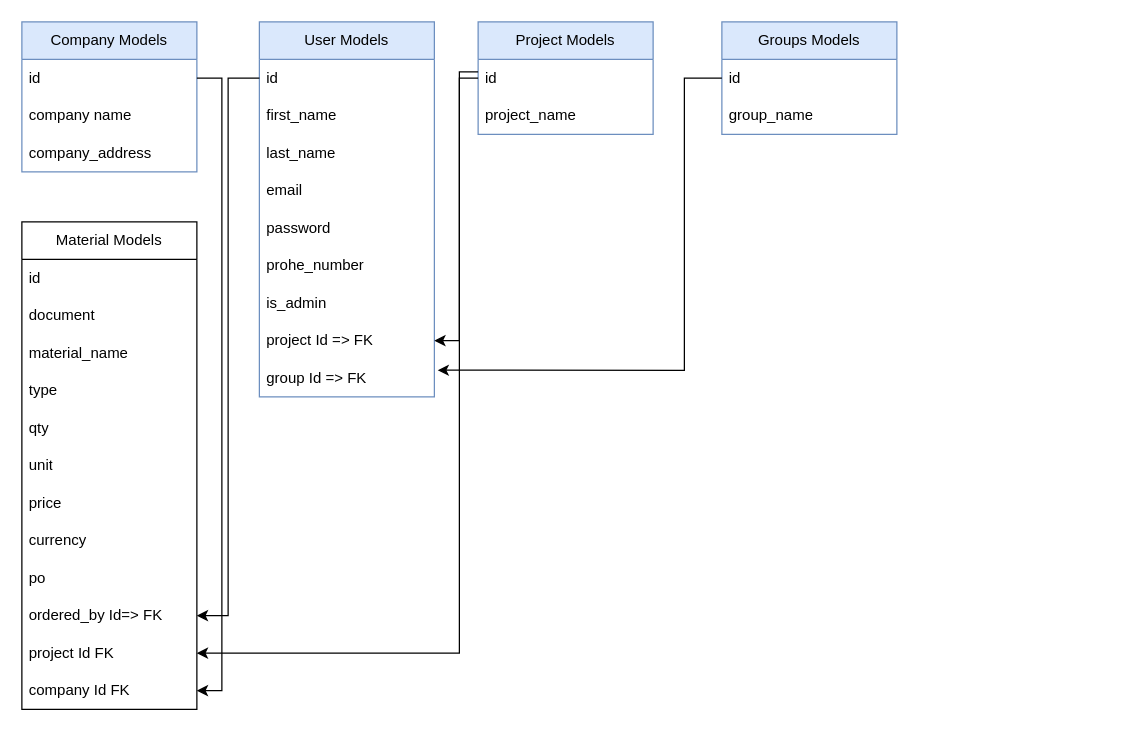
Above: DatabaseDiagram.drawio in cavidanbagiri/warehouse-management-server (draw.io), before the change. Source tidied: cells renumbered, new cells numbered last; positions are measured from the earlier drawing's top-left corner, leaving out a move shared by most shapes. Both pictures are drawn from the tidied source at 125%, with x=0, y=0 at pixel (21, 21).
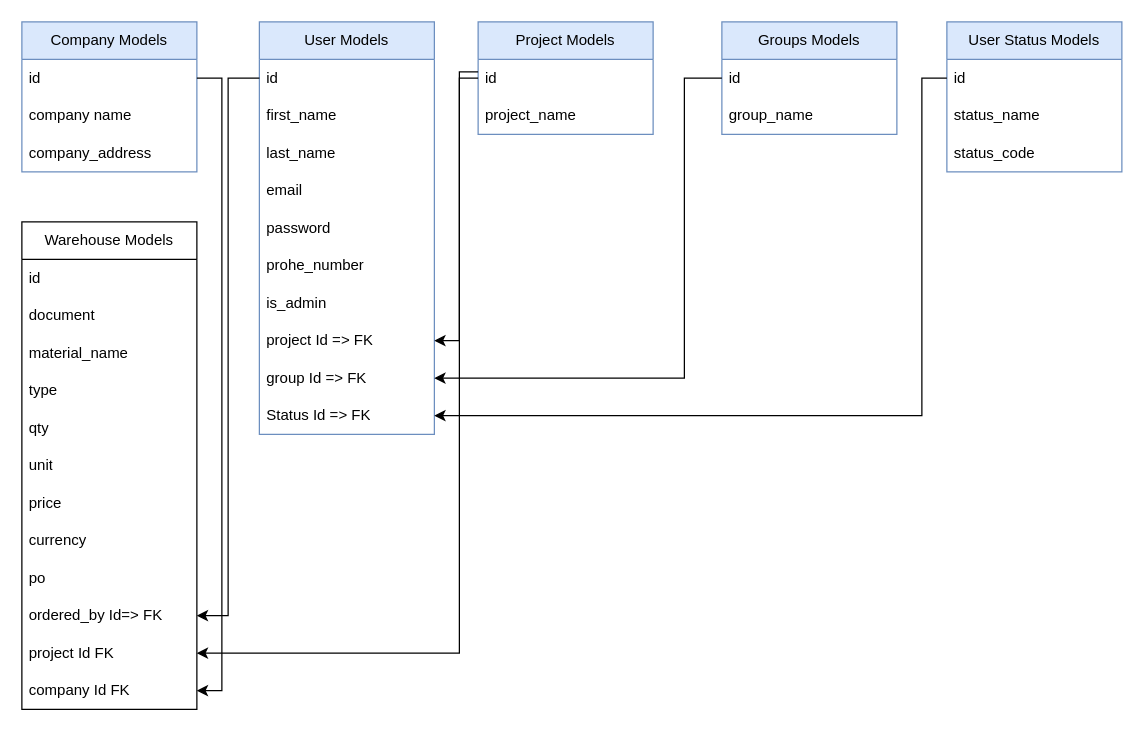
The same diagram, later.

Commit message (it also covers changes not shown here):
Create  UserStatusModels and constratint to user models

The change refers to these unchanged cells:
```xml
<mxCell id="11" value="group Id =&amp;gt; FK" style="text;strokeColor=none;fillColor=none;align=left;verticalAlign=middle;spacingLeft=4;spacingRight=4;overflow=hidden;points=[[0,0.5],[1,0.5]];portConstraint=eastwest;whiteSpace=wrap;html=1;" parent="2" vertex="1">
  <mxGeometry y="270" width="140" height="30" as="geometry" />
</mxCell>
<mxCell id="34" value="id" style="text;strokeColor=none;fillColor=none;align=left;verticalAlign=middle;spacingLeft=4;spacingRight=4;overflow=hidden;points=[[0,0.5],[1,0.5]];portConstraint=eastwest;whiteSpace=wrap;html=1;" parent="33" vertex="1">
  <mxGeometry y="30" width="140" height="30" as="geometry" />
</mxCell>
```

What changed in the source:
```diff
@@
     <mxCell id="2" value="User Models" style="swimlane;fontStyle=0;horizontal=1;startSize=30;whiteSpace=wrap;html=1;fillColor=#dae8fc;strokeColor=#6c8ebf;" parent="1" vertex="1">
-      <mxGeometry x="190" width="140" height="300" as="geometry" />
+      <mxGeometry x="190" width="140" height="330" as="geometry" />
     </mxCell>
@@
+    <mxCell id="40" value="Status Id =&amp;gt; FK" style="text;strokeColor=none;fillColor=none;align=left;verticalAlign=middle;spacingLeft=4;spacingRight=4;overflow=hidden;points=[[0,0.5],[1,0.5]];portConstraint=eastwest;whiteSpace=wrap;html=1;" parent="2" vertex="1">
+      <mxGeometry y="300" width="140" height="30" as="geometry" />
+    </mxCell>
@@
-    <mxCell id="20" value="Material Models" style="swimlane;fontStyle=0;horizontal=1;startSize=30;whiteSpace=wrap;html=1;" parent="1" vertex="1">
+    <mxCell id="20" value="Warehouse Models" style="swimlane;fontStyle=0;horizontal=1;startSize=30;whiteSpace=wrap;html=1;" parent="1" vertex="1">
       <mxGeometry y="160" width="140" height="390" as="geometry" />
     </mxCell>
@@
-    <mxCell id="36" style="edgeStyle=orthogonalEdgeStyle;rounded=0;jettySize=auto;html=1;entryX=1.019;entryY=0.289;entryDx=0;entryDy=0;entryPerimeter=0;" parent="1" edge="1" source="34" target="11">
-      <mxGeometry relative="1" as="geometry">
-        <Array as="points">
-          <mxPoint x="530" y="45" />
-          <mxPoint x="530" y="279" />
-        </Array>
-      </mxGeometry>
-    </mxCell>
@@
+    <mxCell id="41" value="User Status Models" style="swimlane;fontStyle=0;horizontal=1;startSize=30;whiteSpace=wrap;html=1;fillColor=#dae8fc;strokeColor=#6c8ebf;" parent="1" vertex="1">
+      <mxGeometry x="740" width="140" height="120" as="geometry" />
+    </mxCell>
+    <mxCell id="42" value="id" style="text;strokeColor=none;fillColor=none;align=left;verticalAlign=middle;spacingLeft=4;spacingRight=4;overflow=hidden;points=[[0,0.5],[1,0.5]];portConstraint=eastwest;whiteSpace=wrap;html=1;" parent="41" vertex="1">
+      <mxGeometry y="30" width="140" height="30" as="geometry" />
+    </mxCell>
+    <mxCell id="43" value="status_name" style="text;strokeColor=none;fillColor=none;align=left;verticalAlign=middle;spacingLeft=4;spacingRight=4;overflow=hidden;whiteSpace=wrap;html=1;" parent="41" vertex="1">
+      <mxGeometry y="60" width="140" height="30" as="geometry" />
+    </mxCell>
+    <mxCell id="44" value="status_code" style="text;strokeColor=none;fillColor=none;align=left;verticalAlign=middle;spacingLeft=4;spacingRight=4;overflow=hidden;whiteSpace=wrap;html=1;" parent="41" vertex="1">
+      <mxGeometry y="90" width="140" height="30" as="geometry" />
+    </mxCell>
+    <mxCell id="45" style="edgeStyle=orthogonalEdgeStyle;rounded=0;jettySize=auto;html=1;entryX=1;entryY=0.5;entryDx=0;entryDy=0;" parent="1" edge="1" source="42" target="40">
+      <mxGeometry relative="1" as="geometry">
+        <Array as="points">
+          <mxPoint x="720" y="45" />
+          <mxPoint x="720" y="315" />
+        </Array>
+      </mxGeometry>
+    </mxCell>
+    <mxCell id="36" style="edgeStyle=orthogonalEdgeStyle;rounded=0;jettySize=auto;html=1;entryX=1;entryY=0.5;entryDx=0;entryDy=0;" parent="1" edge="1" source="34" target="11">
+      <mxGeometry relative="1" as="geometry">
+        <Array as="points">
+          <mxPoint x="530" y="45" />
+          <mxPoint x="530" y="285" />
+        </Array>
+      </mxGeometry>
+    </mxCell>
```
